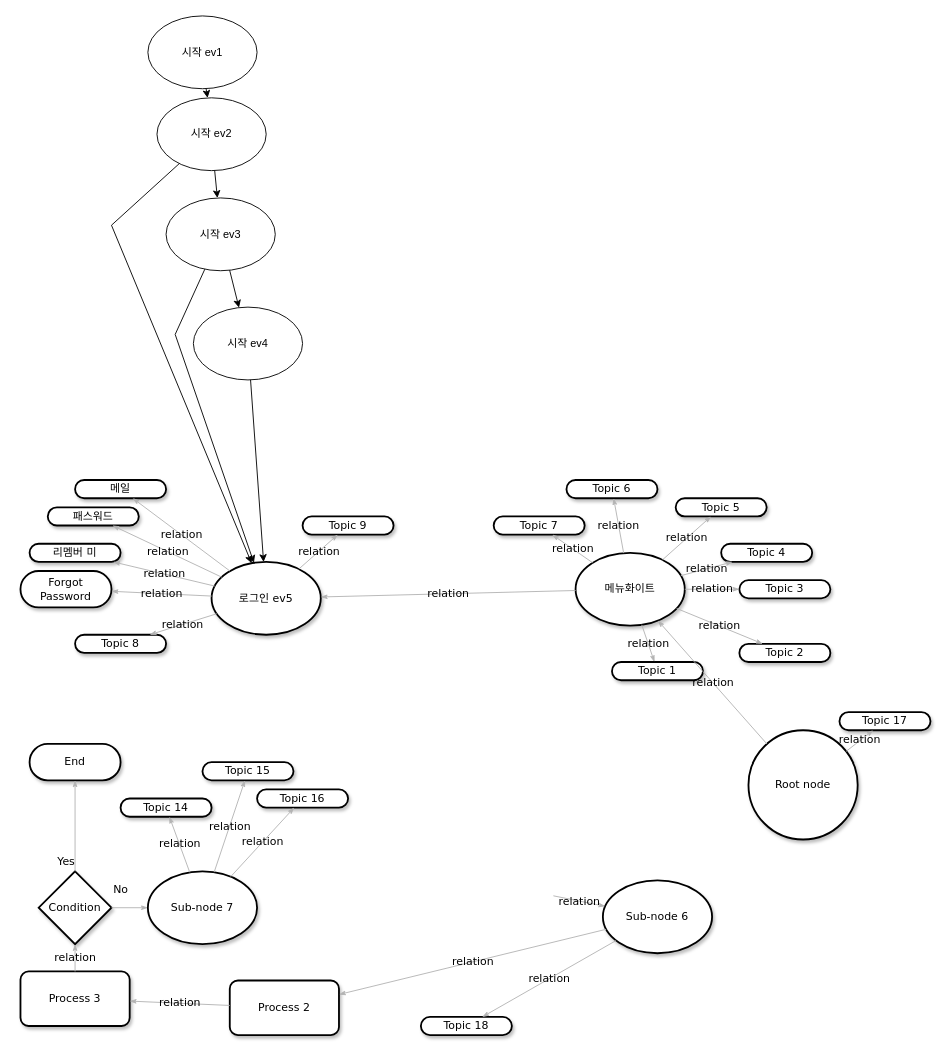
Above: 제목 없는 다이어그램.drawio in kook1488/eventapp (draw.io), before the change. Source tidied: cells renumbered, new cells numbered last; positions are measured from the earlier drawing's top-left corner, leaving out a move shared by most shapes. Both pictures are drawn from the tidied source at 91%, with x=0, y=0 at pixel (20, 15).
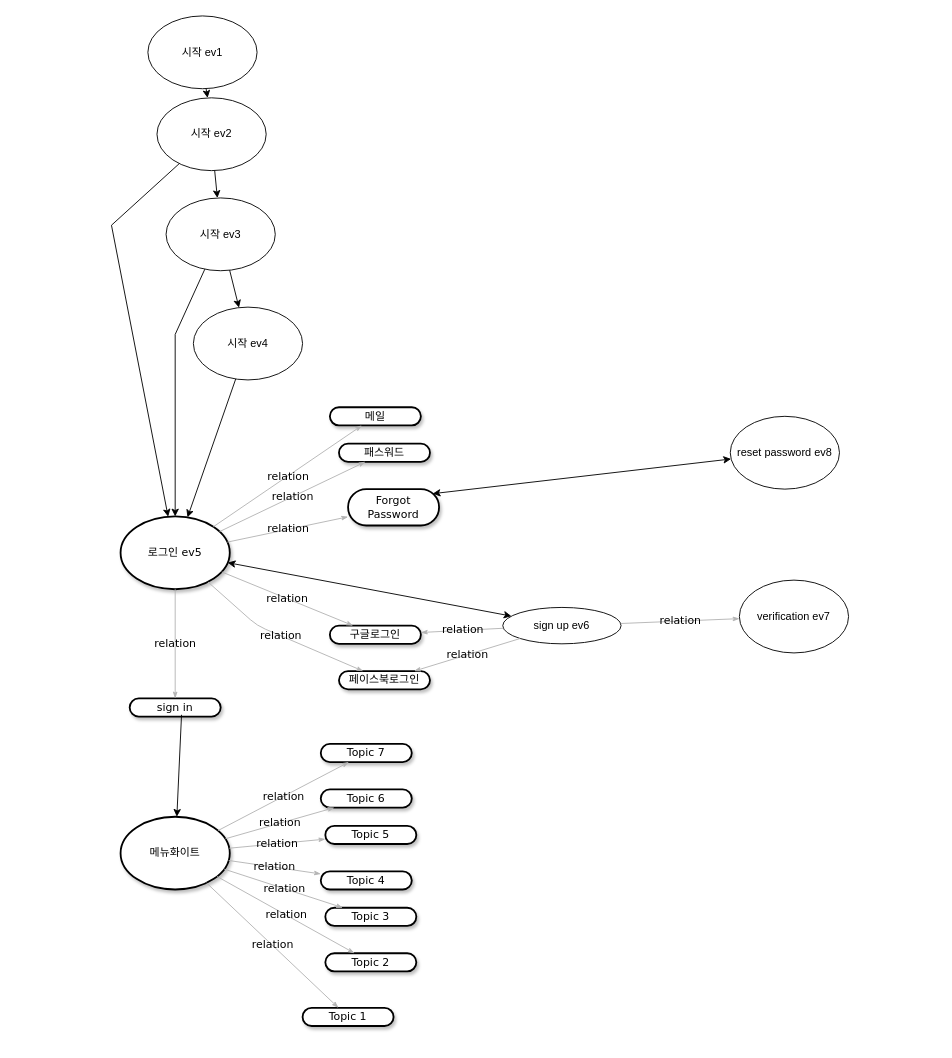
The same page after the edit.

Commit message:
제목 없는 다이어그램.drawio 업데이트

Change to the diagram source:
```diff
@@
     <mxCell id="2" value="메일" style="whiteSpace=wrap;html=1;rounded=1;shadow=1;comic=0;labelBackgroundColor=none;strokeWidth=2;fontFamily=Verdana;fontSize=12;align=center;arcSize=50;" parent="1" vertex="1">
-      <mxGeometry x="60" y="510" width="100" height="20" as="geometry" />
+      <mxGeometry x="340" y="430" width="100" height="20" as="geometry" />
     </mxCell>
     <mxCell id="3" value="로그인 ev5" style="ellipse;whiteSpace=wrap;html=1;rounded=1;shadow=1;comic=0;labelBackgroundColor=none;strokeWidth=2;fontFamily=Verdana;fontSize=12;align=center;" parent="1" vertex="1">
-      <mxGeometry x="210" y="600" width="120" height="80" as="geometry" />
+      <mxGeometry x="110" y="550" width="120" height="80" as="geometry" />
     </mxCell>
     <mxCell id="4" value="메뉴화이트" style="ellipse;whiteSpace=wrap;html=1;rounded=1;shadow=1;comic=0;labelBackgroundColor=none;strokeWidth=2;fontFamily=Verdana;fontSize=12;align=center;" parent="1" vertex="1">
-      <mxGeometry x="610" y="590" width="120" height="80" as="geometry" />
+      <mxGeometry x="110" y="880" width="120" height="80" as="geometry" />
     </mxCell>
-    <mxCell id="5" value="Root node" style="ellipse;whiteSpace=wrap;html=1;rounded=1;shadow=1;comic=0;labelBackgroundColor=none;strokeWidth=2;fontFamily=Verdana;fontSize=12;align=center;" parent="1" vertex="1">
-      <mxGeometry x="800" y="785" width="120" height="120" as="geometry" />
-    </mxCell>
-    <mxCell id="6" value="&lt;span&gt;Sub-node 6&lt;/span&gt;" style="ellipse;whiteSpace=wrap;html=1;rounded=1;shadow=1;comic=0;labelBackgroundColor=none;strokeWidth=2;fontFamily=Verdana;fontSize=12;align=center;" parent="1" vertex="1">
-      <mxGeometry x="640" y="950" width="120" height="80" as="geometry" />
-    </mxCell>
     <mxCell id="7" value="패스워드" style="whiteSpace=wrap;html=1;rounded=1;shadow=1;comic=0;labelBackgroundColor=none;strokeWidth=2;fontFamily=Verdana;fontSize=12;align=center;arcSize=50;" parent="1" vertex="1">
-      <mxGeometry x="30" y="540" width="100" height="20" as="geometry" />
+      <mxGeometry x="350" y="470" width="100" height="20" as="geometry" />
     </mxCell>
-    <mxCell id="8" value="리멤버 미" style="whiteSpace=wrap;html=1;rounded=1;shadow=1;comic=0;labelBackgroundColor=none;strokeWidth=2;fontFamily=Verdana;fontSize=12;align=center;arcSize=50;" parent="1" vertex="1">
-      <mxGeometry x="10" y="580" width="100" height="20" as="geometry" />
-    </mxCell>
-    <mxCell id="9" value="&lt;span&gt;Topic 9&lt;/span&gt;" style="whiteSpace=wrap;html=1;rounded=1;shadow=1;comic=0;labelBackgroundColor=none;strokeWidth=2;fontFamily=Verdana;fontSize=12;align=center;arcSize=50;" parent="1" vertex="1">
-      <mxGeometry x="310" y="550" width="100" height="20" as="geometry" />
+    <mxCell id="9" value="구글로그인" style="whiteSpace=wrap;html=1;rounded=1;shadow=1;comic=0;labelBackgroundColor=none;strokeWidth=2;fontFamily=Verdana;fontSize=12;align=center;arcSize=50;" parent="1" vertex="1">
+      <mxGeometry x="340" y="670" width="100" height="20" as="geometry" />
     </mxCell>
     <mxCell id="10" value="&lt;span&gt;Topic 7&lt;/span&gt;" style="whiteSpace=wrap;html=1;rounded=1;shadow=1;comic=0;labelBackgroundColor=none;strokeWidth=2;fontFamily=Verdana;fontSize=12;align=center;arcSize=50;" parent="1" vertex="1">
-      <mxGeometry x="520" y="550" width="100" height="20" as="geometry" />
+      <mxGeometry x="330" y="800" width="100" height="20" as="geometry" />
     </mxCell>
     <mxCell id="11" value="&lt;span&gt;Topic 6&lt;/span&gt;" style="whiteSpace=wrap;html=1;rounded=1;shadow=1;comic=0;labelBackgroundColor=none;strokeWidth=2;fontFamily=Verdana;fontSize=12;align=center;arcSize=50;" parent="1" vertex="1">
-      <mxGeometry x="600" y="510" width="100" height="20" as="geometry" />
+      <mxGeometry x="330" y="850" width="100" height="20" as="geometry" />
     </mxCell>
     <mxCell id="12" value="&lt;span&gt;Topic 5&lt;/span&gt;" style="whiteSpace=wrap;html=1;rounded=1;shadow=1;comic=0;labelBackgroundColor=none;strokeWidth=2;fontFamily=Verdana;fontSize=12;align=center;arcSize=50;" parent="1" vertex="1">
-      <mxGeometry x="720" y="530" width="100" height="20" as="geometry" />
+      <mxGeometry x="335" y="890" width="100" height="20" as="geometry" />
     </mxCell>
     <mxCell id="13" value="&lt;span&gt;Topic 4&lt;/span&gt;" style="whiteSpace=wrap;html=1;rounded=1;shadow=1;comic=0;labelBackgroundColor=none;strokeWidth=2;fontFamily=Verdana;fontSize=12;align=center;arcSize=50;" parent="1" vertex="1">
-      <mxGeometry x="770" y="580" width="100" height="20" as="geometry" />
+      <mxGeometry x="330" y="940" width="100" height="20" as="geometry" />
     </mxCell>
     <mxCell id="14" value="&lt;span&gt;Topic 3&lt;/span&gt;" style="whiteSpace=wrap;html=1;rounded=1;shadow=1;comic=0;labelBackgroundColor=none;strokeWidth=2;fontFamily=Verdana;fontSize=12;align=center;arcSize=50;" parent="1" vertex="1">
-      <mxGeometry x="790" y="620" width="100" height="20" as="geometry" />
+      <mxGeometry x="335" y="980" width="100" height="20" as="geometry" />
     </mxCell>
     <mxCell id="15" value="&lt;span&gt;Topic 2&lt;/span&gt;" style="whiteSpace=wrap;html=1;rounded=1;shadow=1;comic=0;labelBackgroundColor=none;strokeWidth=2;fontFamily=Verdana;fontSize=12;align=center;arcSize=50;" parent="1" vertex="1">
-      <mxGeometry x="790" y="690" width="100" height="20" as="geometry" />
+      <mxGeometry x="335" y="1030" width="100" height="20" as="geometry" />
     </mxCell>
     <mxCell id="16" value="Topic 1" style="whiteSpace=wrap;html=1;rounded=1;shadow=1;comic=0;labelBackgroundColor=none;strokeWidth=2;fontFamily=Verdana;fontSize=12;align=center;arcSize=50;" parent="1" vertex="1">
-      <mxGeometry x="650" y="710" width="100" height="20" as="geometry" />
+      <mxGeometry x="310" y="1090" width="100" height="20" as="geometry" />
     </mxCell>
-    <mxCell id="17" value="End" style="whiteSpace=wrap;html=1;rounded=1;shadow=1;comic=0;labelBackgroundColor=none;strokeWidth=2;fontFamily=Verdana;fontSize=12;align=center;arcSize=50;" parent="1" vertex="1">
-      <mxGeometry x="10" y="800" width="100" height="40" as="geometry" />
-    </mxCell>
-    <mxCell id="18" value="Condition" style="rhombus;whiteSpace=wrap;html=1;rounded=0;shadow=1;comic=0;labelBackgroundColor=none;strokeWidth=2;fontFamily=Verdana;fontSize=12;align=center;" parent="1" vertex="1">
-      <mxGeometry x="20" y="940" width="80" height="80" as="geometry" />
-    </mxCell>
-    <mxCell id="19" value="&lt;span&gt;Process 3&lt;/span&gt;" style="rounded=1;whiteSpace=wrap;html=1;shadow=1;comic=0;labelBackgroundColor=none;strokeWidth=2;fontFamily=Verdana;fontSize=12;align=center;" parent="1" vertex="1">
-      <mxGeometry y="1050" width="120" height="60" as="geometry" />
-    </mxCell>
-    <mxCell id="20" value="Process 2" style="rounded=1;whiteSpace=wrap;html=1;shadow=1;comic=0;labelBackgroundColor=none;strokeWidth=2;fontFamily=Verdana;fontSize=12;align=center;" parent="1" vertex="1">
-      <mxGeometry x="230" y="1060" width="120" height="60" as="geometry" />
-    </mxCell>
@@
-    <mxCell id="24" value="relation" style="edgeStyle=none;rounded=1;html=1;labelBackgroundColor=none;startArrow=none;startFill=0;startSize=5;endArrow=classicThin;endFill=1;endSize=5;jettySize=auto;strokeColor=#B3B3B3;strokeWidth=1;fontFamily=Verdana;fontSize=12;" parent="1" edge="1" source="3" target="8">
-      <mxGeometry relative="1" as="geometry" />
-    </mxCell>
-    <mxCell id="25" value="relation" style="edgeStyle=none;rounded=1;html=1;labelBackgroundColor=none;startArrow=none;startFill=0;startSize=5;endArrow=classicThin;endFill=1;endSize=5;jettySize=auto;strokeColor=#B3B3B3;strokeWidth=1;fontFamily=Verdana;fontSize=12;" parent="1" edge="1" source="4" target="3">
-      <mxGeometry relative="1" as="geometry" />
-    </mxCell>
-    <mxCell id="26" value="relation" style="edgeStyle=none;rounded=1;html=1;labelBackgroundColor=none;startArrow=none;startFill=0;startSize=5;endArrow=classicThin;endFill=1;endSize=5;jettySize=auto;strokeColor=#B3B3B3;strokeWidth=1;fontFamily=Verdana;fontSize=12;" parent="1" edge="1" source="5" target="4">
-      <mxGeometry relative="1" as="geometry" />
-    </mxCell>
-    <mxCell id="27" value="relation" style="edgeStyle=none;rounded=1;html=1;labelBackgroundColor=none;startArrow=none;startFill=0;startSize=5;endArrow=classicThin;endFill=1;endSize=5;jettySize=auto;strokeColor=#B3B3B3;strokeWidth=1;fontFamily=Verdana;fontSize=12;" parent="1" edge="1" target="6">
-      <mxGeometry relative="1" as="geometry">
-        <mxPoint x="585.6" y="966.9" as="sourcePoint" />
-      </mxGeometry>
-    </mxCell>
@@
-    <mxCell id="35" value="relation" style="edgeStyle=none;rounded=1;html=1;labelBackgroundColor=none;startArrow=none;startFill=0;startSize=5;endArrow=classicThin;endFill=1;endSize=5;jettySize=auto;strokeColor=#B3B3B3;strokeWidth=1;fontFamily=Verdana;fontSize=12;" parent="1" edge="1" source="6" target="20">
-      <mxGeometry relative="1" as="geometry" />
-    </mxCell>
-    <mxCell id="36" value="relation" style="edgeStyle=none;rounded=1;html=1;labelBackgroundColor=none;startArrow=none;startFill=0;startSize=5;endArrow=classicThin;endFill=1;endSize=5;jettySize=auto;strokeColor=#B3B3B3;strokeWidth=1;fontFamily=Verdana;fontSize=12;" parent="1" edge="1" source="20" target="19">
-      <mxGeometry relative="1" as="geometry" />
-    </mxCell>
-    <mxCell id="37" value="relation" style="edgeStyle=none;rounded=1;html=1;labelBackgroundColor=none;startArrow=none;startFill=0;startSize=5;endArrow=classicThin;endFill=1;endSize=5;jettySize=auto;strokeColor=#B3B3B3;strokeWidth=1;fontFamily=Verdana;fontSize=12;" parent="1" edge="1" source="19" target="18">
-      <mxGeometry relative="1" as="geometry" />
-    </mxCell>
-    <mxCell id="38" value="Yes" style="edgeStyle=none;rounded=1;html=1;labelBackgroundColor=none;startArrow=none;startFill=0;startSize=5;endArrow=classicThin;endFill=1;endSize=5;jettySize=auto;strokeColor=#B3B3B3;strokeWidth=1;fontFamily=Verdana;fontSize=12;" parent="1" edge="1" source="18" target="17">
-      <mxGeometry x="-0.79" y="10" relative="1" as="geometry" />
-    </mxCell>
-    <mxCell id="39" value="&lt;span&gt;Topic 8&lt;/span&gt;" style="whiteSpace=wrap;html=1;rounded=1;shadow=1;comic=0;labelBackgroundColor=none;strokeWidth=2;fontFamily=Verdana;fontSize=12;align=center;arcSize=50;" parent="1" vertex="1">
-      <mxGeometry x="60" y="680" width="100" height="20" as="geometry" />
+    <mxCell id="39" value="sign in" style="whiteSpace=wrap;html=1;rounded=1;shadow=1;comic=0;labelBackgroundColor=none;strokeWidth=2;fontFamily=Verdana;fontSize=12;align=center;arcSize=50;" parent="1" vertex="1">
+      <mxGeometry x="120" y="750" width="100" height="20" as="geometry" />
     </mxCell>
     <mxCell id="40" value="Forgot Password" style="whiteSpace=wrap;html=1;rounded=1;shadow=1;comic=0;labelBackgroundColor=none;strokeWidth=2;fontFamily=Verdana;fontSize=12;align=center;arcSize=50;" parent="1" vertex="1">
-      <mxGeometry y="610" width="100" height="40" as="geometry" />
+      <mxGeometry x="360" y="520" width="100" height="40" as="geometry" />
     </mxCell>
-    <mxCell id="41" value="&lt;span&gt;Topic 18&lt;/span&gt;" style="whiteSpace=wrap;html=1;rounded=1;shadow=1;comic=0;labelBackgroundColor=none;strokeWidth=2;fontFamily=Verdana;fontSize=12;align=center;arcSize=50;" parent="1" vertex="1">
-      <mxGeometry x="440" y="1100" width="100" height="20" as="geometry" />
-    </mxCell>
-    <mxCell id="42" value="&lt;span&gt;Topic 17&lt;/span&gt;" style="whiteSpace=wrap;html=1;rounded=1;shadow=1;comic=0;labelBackgroundColor=none;strokeWidth=2;fontFamily=Verdana;fontSize=12;align=center;arcSize=50;" parent="1" vertex="1">
-      <mxGeometry x="900" y="765" width="100" height="20" as="geometry" />
-    </mxCell>
@@
-    <mxCell id="45" value="&lt;span&gt;Sub-node 7&lt;/span&gt;" style="ellipse;whiteSpace=wrap;html=1;rounded=1;shadow=1;comic=0;labelBackgroundColor=none;strokeWidth=2;fontFamily=Verdana;fontSize=12;align=center;" parent="1" vertex="1">
-      <mxGeometry x="140" y="940" width="120" height="80" as="geometry" />
-    </mxCell>
-    <mxCell id="46" value="&lt;span&gt;Topic 16&lt;/span&gt;" style="whiteSpace=wrap;html=1;rounded=1;shadow=1;comic=0;labelBackgroundColor=none;strokeWidth=2;fontFamily=Verdana;fontSize=12;align=center;arcSize=50;" parent="1" vertex="1">
-      <mxGeometry x="260" y="850" width="100" height="20" as="geometry" />
-    </mxCell>
-    <mxCell id="47" value="&lt;span&gt;Topic 15&lt;/span&gt;" style="whiteSpace=wrap;html=1;rounded=1;shadow=1;comic=0;labelBackgroundColor=none;strokeWidth=2;fontFamily=Verdana;fontSize=12;align=center;arcSize=50;" parent="1" vertex="1">
-      <mxGeometry x="200" y="820" width="100" height="20" as="geometry" />
-    </mxCell>
-    <mxCell id="48" value="&lt;span&gt;Topic 14&lt;/span&gt;" style="whiteSpace=wrap;html=1;rounded=1;shadow=1;comic=0;labelBackgroundColor=none;strokeWidth=2;fontFamily=Verdana;fontSize=12;align=center;arcSize=50;" parent="1" vertex="1">
-      <mxGeometry x="110" y="860" width="100" height="20" as="geometry" />
-    </mxCell>
-    <mxCell id="49" value="relation" style="edgeStyle=none;rounded=1;html=1;labelBackgroundColor=none;startArrow=none;startFill=0;startSize=5;endArrow=classicThin;endFill=1;endSize=5;jettySize=auto;strokeColor=#B3B3B3;strokeWidth=1;fontFamily=Verdana;fontSize=12;" parent="1" edge="1" source="45" target="48">
-      <mxGeometry relative="1" as="geometry" />
-    </mxCell>
-    <mxCell id="50" value="relation" style="edgeStyle=none;rounded=1;html=1;labelBackgroundColor=none;startArrow=none;startFill=0;startSize=5;endArrow=classicThin;endFill=1;endSize=5;jettySize=auto;strokeColor=#B3B3B3;strokeWidth=1;fontFamily=Verdana;fontSize=12;" parent="1" edge="1" source="45" target="47">
-      <mxGeometry relative="1" as="geometry" />
-    </mxCell>
-    <mxCell id="51" value="relation" style="edgeStyle=none;rounded=1;html=1;labelBackgroundColor=none;startArrow=none;startFill=0;startSize=5;endArrow=classicThin;endFill=1;endSize=5;jettySize=auto;strokeColor=#B3B3B3;strokeWidth=1;fontFamily=Verdana;fontSize=12;" parent="1" edge="1" source="45" target="46">
-      <mxGeometry relative="1" as="geometry" />
-    </mxCell>
-    <mxCell id="52" value="No" style="edgeStyle=none;rounded=1;html=1;labelBackgroundColor=none;startArrow=none;startFill=0;startSize=5;endArrow=classicThin;endFill=1;endSize=5;jettySize=auto;strokeColor=#B3B3B3;strokeWidth=1;fontFamily=Verdana;fontSize=12;" parent="1" edge="1" source="18" target="45">
-      <mxGeometry x="-0.5" y="20" relative="1" as="geometry" />
-    </mxCell>
-    <mxCell id="53" value="relation" style="edgeStyle=none;rounded=1;html=1;labelBackgroundColor=none;startArrow=none;startFill=0;startSize=5;endArrow=classicThin;endFill=1;endSize=5;jettySize=auto;strokeColor=#B3B3B3;strokeWidth=1;fontFamily=Verdana;fontSize=12;" parent="1" edge="1" source="5" target="42">
-      <mxGeometry relative="1" as="geometry" />
-    </mxCell>
-    <mxCell id="54" value="relation" style="edgeStyle=none;rounded=1;html=1;labelBackgroundColor=none;startArrow=none;startFill=0;startSize=5;endArrow=classicThin;endFill=1;endSize=5;jettySize=auto;strokeColor=#B3B3B3;strokeWidth=1;fontFamily=Verdana;fontSize=12;" parent="1" edge="1" source="6" target="41">
-      <mxGeometry relative="1" as="geometry" />
-    </mxCell>
@@
+    <mxCell id="65" value="sign up ev6" style="ellipse;whiteSpace=wrap;html=1;" parent="1" vertex="1">
+      <mxGeometry x="530" y="650" width="130" height="40" as="geometry" />
+    </mxCell>
+    <mxCell id="66" value="페이스북로그인" style="whiteSpace=wrap;html=1;rounded=1;shadow=1;comic=0;labelBackgroundColor=none;strokeWidth=2;fontFamily=Verdana;fontSize=12;align=center;arcSize=50;" parent="1" vertex="1">
+      <mxGeometry x="350" y="720" width="100" height="20" as="geometry" />
+    </mxCell>
+    <mxCell id="67" value="relation" style="edgeStyle=none;rounded=1;html=1;labelBackgroundColor=none;startArrow=none;startFill=0;startSize=5;endArrow=classicThin;endFill=1;endSize=5;jettySize=auto;strokeColor=#B3B3B3;strokeWidth=1;fontFamily=Verdana;fontSize=12;" parent="1" edge="1" source="3" target="66">
+      <mxGeometry relative="1" as="geometry">
+        <Array as="points">
+          <mxPoint x="260" y="670" />
+        </Array>
+      </mxGeometry>
+    </mxCell>
+    <mxCell id="68" value="relation" style="edgeStyle=none;rounded=1;html=1;labelBackgroundColor=none;startArrow=none;startFill=0;startSize=5;endArrow=classicThin;endFill=1;endSize=5;jettySize=auto;strokeColor=#B3B3B3;strokeWidth=1;fontFamily=Verdana;fontSize=12;" parent="1" edge="1" source="65" target="66">
+      <mxGeometry relative="1" as="geometry" />
+    </mxCell>
+    <mxCell id="69" value="relation" style="edgeStyle=none;rounded=1;html=1;labelBackgroundColor=none;startArrow=none;startFill=0;startSize=5;endArrow=classicThin;endFill=1;endSize=5;jettySize=auto;strokeColor=#B3B3B3;strokeWidth=1;fontFamily=Verdana;fontSize=12;" parent="1" edge="1" source="65" target="9">
+      <mxGeometry relative="1" as="geometry" />
+    </mxCell>
+    <mxCell id="70" style="endArrow=classic;startArrow=classic;html=1;rounded=0;" parent="1" edge="1" source="3" target="65">
+      <mxGeometry relative="1" as="geometry" />
+    </mxCell>
+    <mxCell id="71" value="verification ev7" style="ellipse;whiteSpace=wrap;html=1;" parent="1" vertex="1">
+      <mxGeometry x="790" y="620" width="120" height="80" as="geometry" />
+    </mxCell>
+    <mxCell id="72" value="relation" style="edgeStyle=none;rounded=1;html=1;labelBackgroundColor=none;startArrow=none;startFill=0;startSize=5;endArrow=classicThin;endFill=1;endSize=5;jettySize=auto;strokeColor=#B3B3B3;strokeWidth=1;fontFamily=Verdana;fontSize=12;" parent="1" edge="1" source="65" target="71">
+      <mxGeometry relative="1" as="geometry" />
+    </mxCell>
+    <mxCell id="73" style="endArrow=classic;startArrow=classic;html=1;rounded=0;exitX=0.93;exitY=0.125;exitDx=0;exitDy=0;exitPerimeter=0;" parent="1" edge="1" source="40" target="74">
+      <mxGeometry relative="1" as="geometry" />
+    </mxCell>
+    <mxCell id="74" value="reset password ev8" style="ellipse;whiteSpace=wrap;html=1;" parent="1" vertex="1">
+      <mxGeometry x="780" y="440" width="120" height="80" as="geometry" />
+    </mxCell>
+    <mxCell id="75" style="endArrow=classic;html=1;rounded=0;exitX=0.57;exitY=0.9;exitDx=0;exitDy=0;exitPerimeter=0;" parent="1" edge="1" source="39" target="4">
+      <mxGeometry relative="1" as="geometry" />
+    </mxCell>
```
